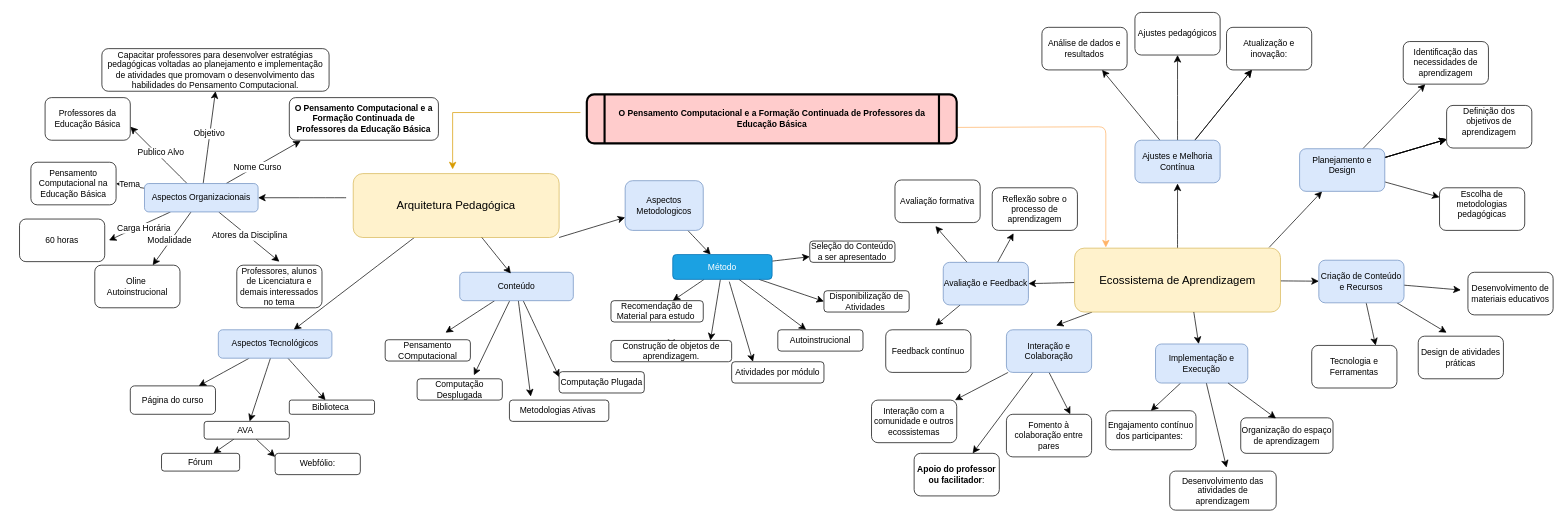
Earlier version of the draw.io diagram Desgner Formação.drawio (RosianeSangali/RosianeSangali). Source tidied: cells renumbered, new cells numbered last; positions are measured from the earlier drawing's top-left corner, leaving out a move shared by most shapes. Both pictures are drawn from the tidied source at 71%, with x=0, y=0 at pixel (19, 12).
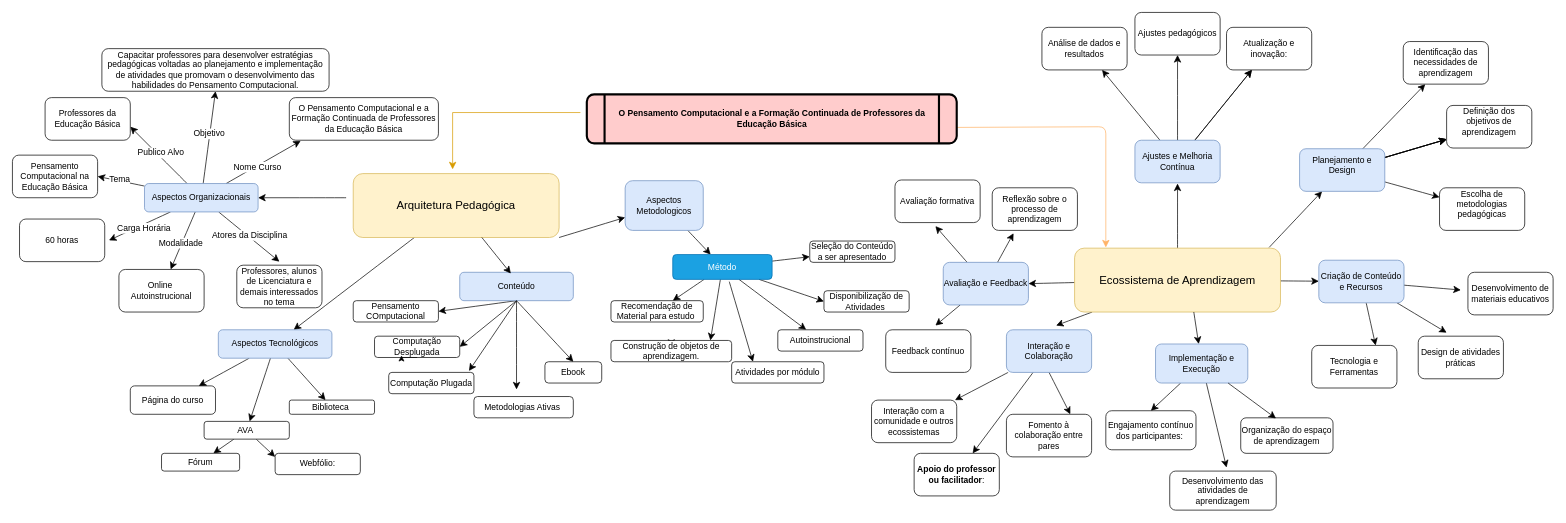
Above is the later version.

Unchanged cells that the change refers to:
```xml
<mxCell id="40" value="Conteúdo" style="rounded=1;whiteSpace=wrap;html=1;fillColor=#dae8fc;strokeColor=#6c8ebf;" parent="1" vertex="1">
  <mxGeometry x="620" y="366" width="160" height="40" as="geometry" />
</mxCell>
```

Change to the diagram source:
```diff
@@
-    <mxCell id="36" style="edgeStyle=none;curved=1;rounded=1;jettySize=auto;html=1;fontSize=12;startSize=8;endSize=8;" parent="1" edge="1" source="40">
-      <mxGeometry relative="1" as="geometry">
-        <mxPoint x="600" y="451" as="targetPoint" />
-      </mxGeometry>
+    <mxCell id="36" style="edgeStyle=none;curved=1;rounded=1;jettySize=auto;html=1;fontSize=12;startSize=8;endSize=8;entryX=1;entryY=0.5;entryDx=0;entryDy=0;exitX=0.5;exitY=1;exitDx=0;exitDy=0;" parent="1" edge="1" source="40" target="54">
+      <mxGeometry relative="1" as="geometry" />
     </mxCell>
-    <mxCell id="37" style="edgeStyle=none;curved=1;rounded=1;jettySize=auto;html=1;fontSize=12;startSize=8;endSize=8;" parent="1" edge="1" source="40">
-      <mxGeometry relative="1" as="geometry">
-        <mxPoint x="720" y="541" as="targetPoint" />
-      </mxGeometry>
-    </mxCell>
-    <mxCell id="38" style="edgeStyle=none;curved=1;rounded=1;jettySize=auto;html=1;fontSize=12;startSize=8;endSize=8;" parent="1" edge="1" source="40">
-      <mxGeometry relative="1" as="geometry">
-        <mxPoint x="640" y="511" as="targetPoint" />
-      </mxGeometry>
+    <mxCell id="38" style="edgeStyle=none;curved=1;rounded=1;jettySize=auto;html=1;fontSize=12;startSize=8;endSize=8;entryX=1;entryY=0.5;entryDx=0;entryDy=0;exitX=0.5;exitY=1;exitDx=0;exitDy=0;" parent="1" edge="1" source="40" target="57">
+      <mxGeometry relative="1" as="geometry" />
     </mxCell>
-    <mxCell id="39" style="edgeStyle=none;curved=1;rounded=1;jettySize=auto;html=1;entryX=0;entryY=0.25;entryDx=0;entryDy=0;fontSize=12;startSize=8;endSize=8;" parent="1" edge="1" source="40" target="55">
-      <mxGeometry relative="1" as="geometry" />
-    </mxCell>
@@
     <mxCell id="54" value="Pensamento COmputacional" style="whiteSpace=wrap;html=1;rounded=1;" parent="1" vertex="1">
-      <mxGeometry x="515" y="461" width="120" height="30" as="geometry" />
+      <mxGeometry x="470" y="406" width="120" height="30" as="geometry" />
     </mxCell>
-    <mxCell id="55" value="Computação Plugada" style="whiteSpace=wrap;html=1;rounded=1;" parent="1" vertex="1">
-      <mxGeometry x="760" y="506" width="120" height="30" as="geometry" />
-    </mxCell>
-    <mxCell id="56" value="Metodologias Ativas&amp;nbsp;" style="whiteSpace=wrap;html=1;rounded=1;" parent="1" vertex="1">
-      <mxGeometry x="690" y="546" width="140" height="30" as="geometry" />
+    <mxCell id="56" value="Metodologias Ativas&amp;nbsp;" style="whiteSpace=wrap;html=1;rounded=1;arcSize=17;" parent="1" vertex="1">
+      <mxGeometry x="640" y="541" width="140" height="30" as="geometry" />
     </mxCell>
     <mxCell id="57" value="Computação Desplugada" style="whiteSpace=wrap;html=1;rounded=1;" parent="1" vertex="1">
-      <mxGeometry x="560" y="516" width="120" height="30" as="geometry" />
+      <mxGeometry x="500" y="456" width="120" height="30" as="geometry" />
     </mxCell>
@@
-    <mxCell id="59" value="&lt;span style=&quot;font-weight: 700;&quot;&gt;O Pensamento Computacional e a Formação Continuada de Professores da Educação Básica&lt;/span&gt;" style="rounded=1;whiteSpace=wrap;html=1;" parent="1" vertex="1">
+    <mxCell id="59" value="O Pensamento Computacional e a Formação Continuada de Professores da Educação Básica" style="rounded=1;whiteSpace=wrap;html=1;" parent="1" vertex="1">
       <mxGeometry x="380" y="120" width="210" height="60" as="geometry" />
     </mxCell>
@@
-    <mxCell id="62" value="Oline&amp;nbsp; Autoinstrucional" style="rounded=1;whiteSpace=wrap;html=1;" parent="1" vertex="1">
-      <mxGeometry x="106" y="356" width="120" height="60" as="geometry" />
+    <mxCell id="62" value="Online&amp;nbsp; Autoinstrucional" style="rounded=1;whiteSpace=wrap;html=1;" parent="1" vertex="1">
+      <mxGeometry x="140" y="362" width="120" height="60" as="geometry" />
     </mxCell>
@@
     <mxCell id="64" value="Pensamento Computacional na Educação Básica" style="rounded=1;whiteSpace=wrap;html=1;" parent="1" vertex="1">
-      <mxGeometry x="16" y="211" width="120" height="60" as="geometry" />
+      <mxGeometry x="-10" y="201" width="120" height="60" as="geometry" />
     </mxCell>
@@
+    <mxCell id="55" value="Computação Plugada" style="whiteSpace=wrap;html=1;rounded=1;" parent="1" vertex="1">
+      <mxGeometry x="520" y="507" width="120" height="30" as="geometry" />
+    </mxCell>
+    <mxCell id="124" style="edgeStyle=none;curved=1;rounded=1;jettySize=auto;html=1;fontSize=12;startSize=8;endSize=8;entryX=0.942;entryY=-0.067;entryDx=0;entryDy=0;entryPerimeter=0;" parent="1" edge="1" target="55">
+      <mxGeometry relative="1" as="geometry">
+        <mxPoint x="700" y="406" as="sourcePoint" />
+      </mxGeometry>
+    </mxCell>
+    <mxCell id="125" style="edgeStyle=none;curved=1;rounded=1;jettySize=auto;html=1;fontSize=12;startSize=8;endSize=8;exitX=0.5;exitY=1;exitDx=0;exitDy=0;" parent="1" edge="1" source="40">
+      <mxGeometry relative="1" as="geometry">
+        <mxPoint x="700" y="531" as="targetPoint" />
+      </mxGeometry>
+    </mxCell>
+    <mxCell id="126" value="Ebook" style="whiteSpace=wrap;html=1;rounded=1;arcSize=17;" parent="1" vertex="1">
+      <mxGeometry x="740" y="492" width="80" height="30" as="geometry" />
+    </mxCell>
+    <mxCell id="127" style="edgeStyle=none;curved=1;rounded=1;jettySize=auto;html=1;fontSize=12;startSize=8;endSize=8;entryX=0.5;entryY=0;entryDx=0;entryDy=0;exitX=0.5;exitY=1;exitDx=0;exitDy=0;" parent="1" edge="1" source="40" target="126">
+      <mxGeometry relative="1" as="geometry" />
+    </mxCell>
+    <mxCell id="128" style="edgeStyle=orthogonalEdgeStyle;rounded=0;orthogonalLoop=1;jettySize=auto;html=1;exitX=0.5;exitY=1;exitDx=0;exitDy=0;entryX=0.317;entryY=0.9;entryDx=0;entryDy=0;entryPerimeter=0;" parent="1" edge="1" source="57" target="57">
+      <mxGeometry relative="1" as="geometry" />
+    </mxCell>
```
